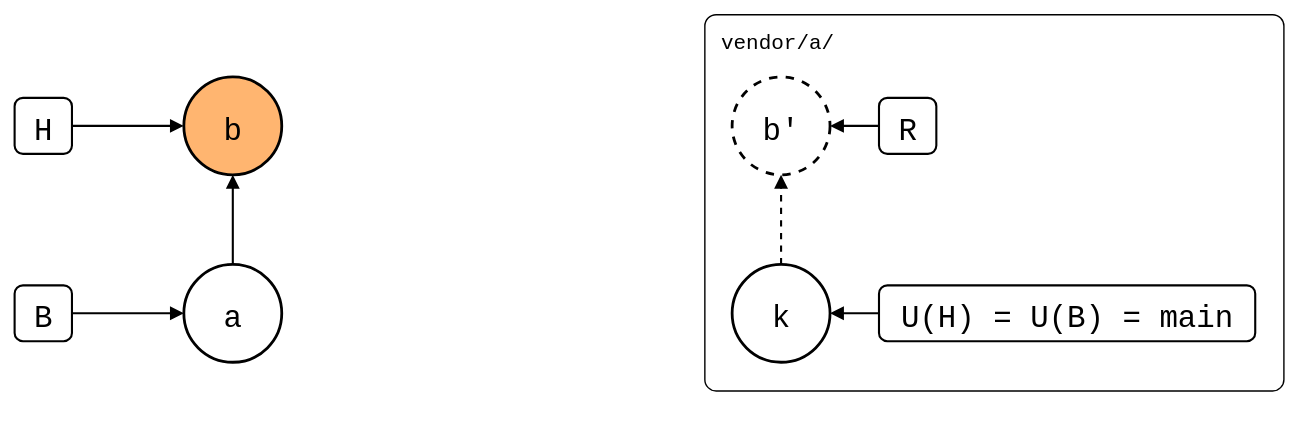
The draw.io diagram test/scenarios/03-branches-and-teamwork/02-feature-branch-from-main/feature-branch-from-main.drawio.svg in roschaefer/git-splice, before a commit. Source tidied: cells renumbered, new cells last; positions are measured from the earlier drawing's top-left corner, leaving out a move shared by most shapes.
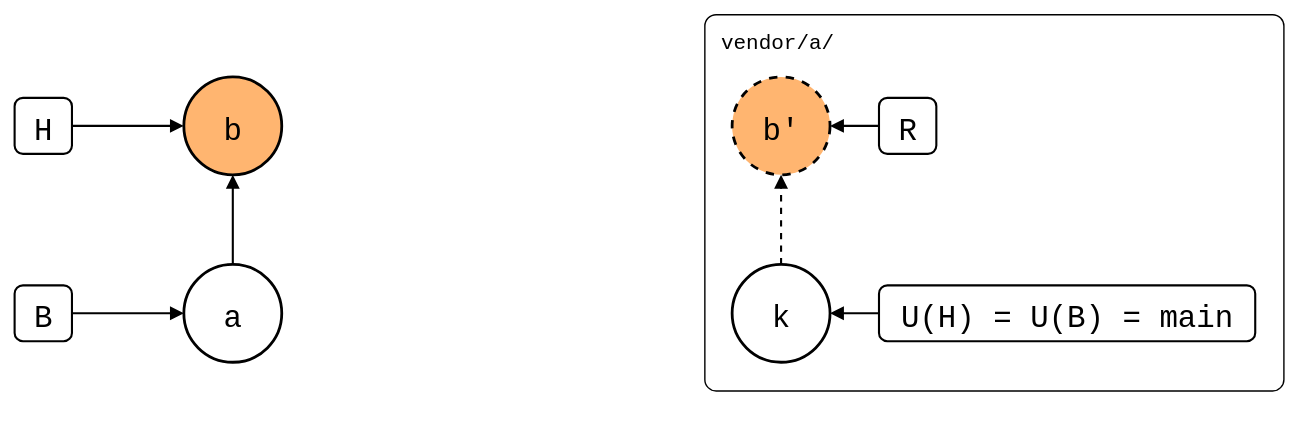
Above is the later version.

What changed in the source:
```diff
@@ -14,7 +14,7 @@
     <mxCell id="5" value="k" style="ellipse;strokeWidth=2;fontSize=22;fontFamily=Roboto Mono,monospace;" parent="1" vertex="1">
       <mxGeometry x="513" y="179" width="70" height="70" as="geometry" />
     </mxCell>
-    <mxCell id="6" value="b'" style="ellipse;strokeWidth=2;fontSize=22;fontFamily=Roboto Mono,monospace;dashed=1;" parent="1" vertex="1">
+    <mxCell id="6" value="b'" style="ellipse;strokeWidth=2;fontSize=22;fontFamily=Roboto Mono,monospace;dashed=1;fillColor=#FFB570;" parent="1" vertex="1">
       <mxGeometry x="513" y="45" width="70" height="70" as="geometry" />
     </mxCell>
     <mxCell id="7" value="H" style="rounded=1;strokeWidth=1.5;fontSize=22;fontFamily=Roboto Mono,monospace;" parent="1" vertex="1">
```
